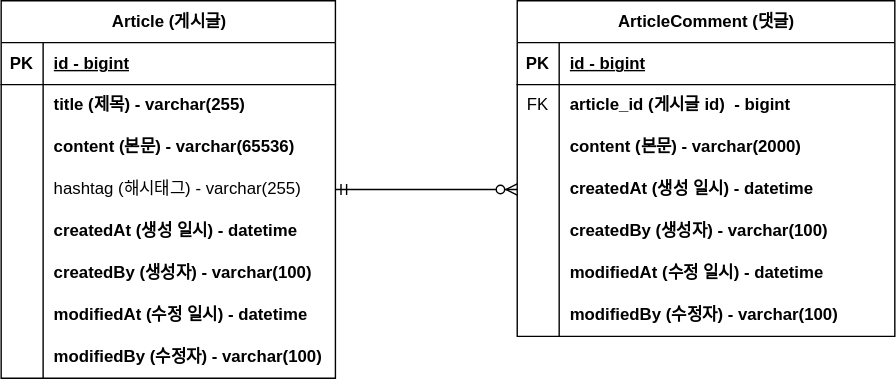
The draw.io diagram project-board/document/project-board-erd.svg in djawnstj/Spring-project-10, before a commit. Source tidied: cells renumbered, new cells last; positions are measured from the earlier drawing's top-left corner, leaving out a move shared by most shapes.
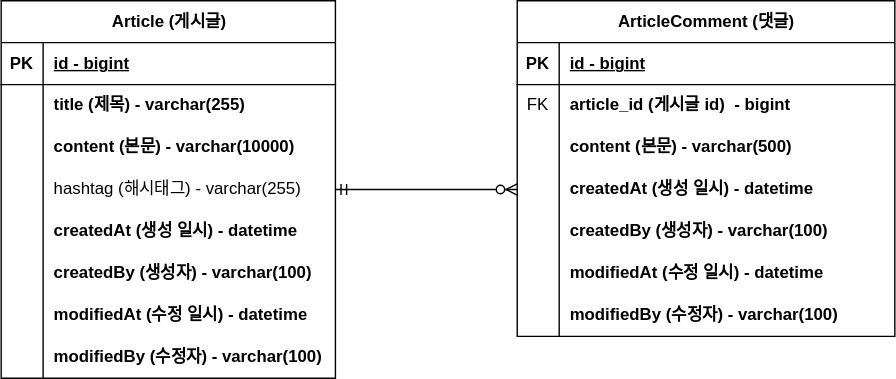
The same diagram one commit later.

Commit message:
#10 - erd 업데이트: content 사이즈 변경

Change to the diagram source:
```diff
@@ -29,7 +29,7 @@
     <mxCell id="10" style="shape=partialRectangle;fillColor=none;top=0;left=0;bottom=0;right=0;overflow=hidden;whiteSpace=wrap;html=1;" parent="9" vertex="1">
       <mxGeometry width="30" height="30" as="geometry" />
     </mxCell>
-    <mxCell id="11" value="content (본문) - varchar(65536)" style="shape=partialRectangle;fillColor=none;top=0;left=0;bottom=0;right=0;align=left;spacingLeft=6;overflow=hidden;whiteSpace=wrap;html=1;fontStyle=1;" parent="9" vertex="1">
+    <mxCell id="11" value="content (본문) - varchar(10000)" style="shape=partialRectangle;fillColor=none;top=0;left=0;bottom=0;right=0;align=left;spacingLeft=6;overflow=hidden;whiteSpace=wrap;html=1;fontStyle=1;" parent="9" vertex="1">
       <mxGeometry x="30" width="209" height="30" as="geometry" />
     </mxCell>
     <mxCell id="12" style="shape=tableRow;horizontal=0;startSize=0;swimlaneHead=0;swimlaneBody=0;fillColor=none;points=[[0,0.5],[1,0.5]];portConstraint=eastwest;top=0;left=0;right=0;bottom=0;" parent="2" vertex="1">
@@ -104,7 +104,7 @@
     <mxCell id="35" style="shape=partialRectangle;fillColor=none;top=0;left=0;bottom=0;right=0;overflow=hidden;whiteSpace=wrap;html=1;" parent="34" vertex="1">
       <mxGeometry width="30" height="30" as="geometry" />
     </mxCell>
-    <mxCell id="36" value="content (본문) - varchar(2000)" style="shape=partialRectangle;fillColor=none;top=0;left=0;bottom=0;right=0;align=left;spacingLeft=6;overflow=hidden;whiteSpace=wrap;html=1;fontStyle=1;" parent="34" vertex="1">
+    <mxCell id="36" value="content (본문) - varchar(500)" style="shape=partialRectangle;fillColor=none;top=0;left=0;bottom=0;right=0;align=left;spacingLeft=6;overflow=hidden;whiteSpace=wrap;html=1;fontStyle=1;" parent="34" vertex="1">
       <mxGeometry x="30" width="240" height="30" as="geometry" />
     </mxCell>
     <mxCell id="37" style="shape=tableRow;horizontal=0;startSize=0;swimlaneHead=0;swimlaneBody=0;fillColor=none;points=[[0,0.5],[1,0.5]];portConstraint=eastwest;top=0;left=0;right=0;bottom=0;" parent="27" vertex="1">
```
